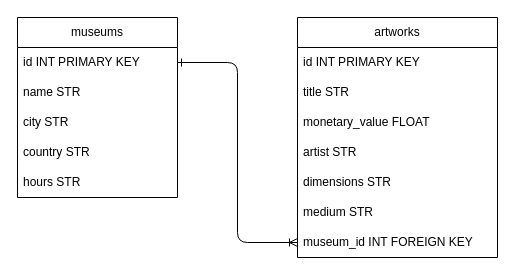
Before: Art-Museum-Manager_ERD.drawio in stforrester/Art-Museum-Manager, a draw.io diagram. Source tidied: cells renumbered, new cells numbered last; positions are measured from the earlier drawing's top-left corner, leaving out a move shared by most shapes. Both pictures are drawn from the tidied source at 100%, with x=0, y=0 at pixel (17, 17).
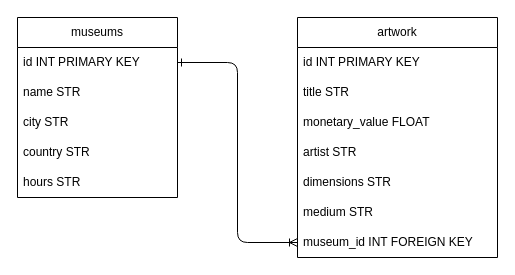
The same diagram, later.

Commit message (it also covers changes not shown here):
adds initial cli flow diagram and empty cli file

Diff of the diagram source:
```diff
@@
 <mxGraphModel>
   <root>
     <mxCell id="0" />
     <mxCell id="1" parent="0" />
-    <mxCell id="2" value="artworks" style="swimlane;fontStyle=0;horizontal=1;startSize=30;whiteSpace=wrap;html=1;" parent="1" vertex="1">
+    <mxCell id="2" value="artwork" style="swimlane;fontStyle=0;horizontal=1;startSize=30;whiteSpace=wrap;html=1;" parent="1" vertex="1">
       <mxGeometry x="280" width="200" height="240" as="geometry" />
     </mxCell>
     <mxCell id="3" value="id INT PRIMARY KEY" style="text;strokeColor=none;fillColor=none;align=left;verticalAlign=middle;spacingLeft=4;spacingRight=4;overflow=hidden;whiteSpace=wrap;html=1;" parent="2" vertex="1">
       <mxGeometry y="30" width="200" height="30" as="geometry" />
     </mxCell>
     <mxCell id="4" value="title STR" style="text;strokeColor=none;fillColor=none;align=left;verticalAlign=middle;spacingLeft=4;spacingRight=4;overflow=hidden;whiteSpace=wrap;html=1;" parent="2" vertex="1">
       <mxGeometry y="60" width="200" height="30" as="geometry" />
     </mxCell>
     <mxCell id="5" value="monetary_value FLOAT" style="text;strokeColor=none;fillColor=none;align=left;verticalAlign=middle;spacingLeft=4;spacingRight=4;overflow=hidden;whiteSpace=wrap;html=1;" parent="2" vertex="1">
       <mxGeometry y="90" width="200" height="30" as="geometry" />
     </mxCell>
     <mxCell id="6" value="artist STR" style="text;strokeColor=none;fillColor=none;align=left;verticalAlign=middle;spacingLeft=4;spacingRight=4;overflow=hidden;whiteSpace=wrap;html=1;" parent="2" vertex="1">
       <mxGeometry y="120" width="200" height="30" as="geometry" />
     </mxCell>
     <mxCell id="7" value="dimensions STR" style="text;strokeColor=none;fillColor=none;align=left;verticalAlign=middle;spacingLeft=4;spacingRight=4;overflow=hidden;whiteSpace=wrap;html=1;" parent="2" vertex="1">
       <mxGeometry y="150" width="200" height="30" as="geometry" />
     </mxCell>
     <mxCell id="8" value="medium STR" style="text;strokeColor=none;fillColor=none;align=left;verticalAlign=middle;spacingLeft=4;spacingRight=4;overflow=hidden;whiteSpace=wrap;html=1;" parent="2" vertex="1">
       <mxGeometry y="180" width="200" height="30" as="geometry" />
     </mxCell>
     <mxCell id="9" value="museum_id INT FOREIGN KEY" style="text;strokeColor=none;fillColor=none;align=left;verticalAlign=middle;spacingLeft=4;spacingRight=4;overflow=hidden;points=[[0,0.5],[1,0.5]];portConstraint=eastwest;whiteSpace=wrap;html=1;" parent="2" vertex="1">
       <mxGeometry y="210" width="200" height="30" as="geometry" />
     </mxCell>
     <mxCell id="10" value="museums" style="swimlane;fontStyle=0;horizontal=1;startSize=30;whiteSpace=wrap;html=1;" parent="1" vertex="1">
       <mxGeometry width="160" height="180" as="geometry" />
     </mxCell>
     <mxCell id="11" value="id INT PRIMARY KEY" style="text;strokeColor=none;fillColor=none;align=left;verticalAlign=middle;spacingLeft=4;spacingRight=4;overflow=hidden;points=[[0,0.5],[1,0.5]];portConstraint=eastwest;whiteSpace=wrap;html=1;" parent="10" vertex="1">
       <mxGeometry y="30" width="160" height="30" as="geometry" />
     </mxCell>
     <mxCell id="12" value="name STR" style="text;strokeColor=none;fillColor=none;align=left;verticalAlign=middle;spacingLeft=4;spacingRight=4;overflow=hidden;whiteSpace=wrap;html=1;" parent="10" vertex="1">
       <mxGeometry y="60" width="160" height="30" as="geometry" />
     </mxCell>
     <mxCell id="13" value="city STR" style="text;strokeColor=none;fillColor=none;align=left;verticalAlign=middle;spacingLeft=4;spacingRight=4;overflow=hidden;whiteSpace=wrap;html=1;" parent="10" vertex="1">
       <mxGeometry y="90" width="160" height="30" as="geometry" />
     </mxCell>
     <mxCell id="14" value="country STR" style="text;strokeColor=none;fillColor=none;align=left;verticalAlign=middle;spacingLeft=4;spacingRight=4;overflow=hidden;whiteSpace=wrap;html=1;" parent="10" vertex="1">
       <mxGeometry y="120" width="160" height="30" as="geometry" />
     </mxCell>
     <mxCell id="15" value="hours STR" style="text;strokeColor=none;fillColor=none;align=left;verticalAlign=middle;spacingLeft=4;spacingRight=4;overflow=hidden;whiteSpace=wrap;html=1;" parent="10" vertex="1">
       <mxGeometry y="150" width="160" height="30" as="geometry" />
     </mxCell>
     <mxCell id="16" style="edgeStyle=orthogonalEdgeStyle;html=1;exitX=1;exitY=0.5;exitDx=0;exitDy=0;entryX=0;entryY=0.5;entryDx=0;entryDy=0;endArrow=ERoneToMany;endFill=0;startArrow=ERone;startFill=0;" parent="1" edge="1" source="11" target="9">
       <mxGeometry relative="1" as="geometry" />
     </mxCell>
   </root>
 </mxGraphModel>
```
